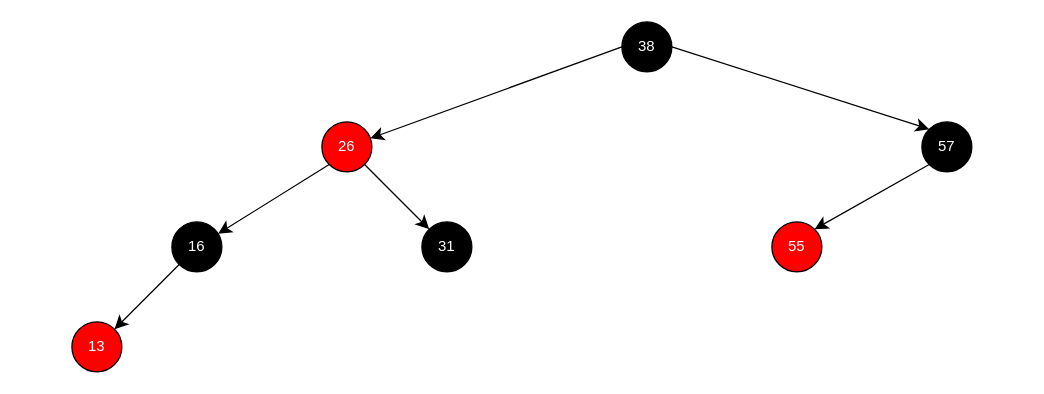
Above: red_black_tree.drawio in semihhdemirel/semihhdemirel (draw.io), before the change. Source tidied: cells renumbered, new cells numbered last; positions are measured from the earlier drawing's top-left corner, leaving out a move shared by most shapes. Both pictures are drawn from the tidied source at 125%, with x=0, y=0 at pixel (71, 21).
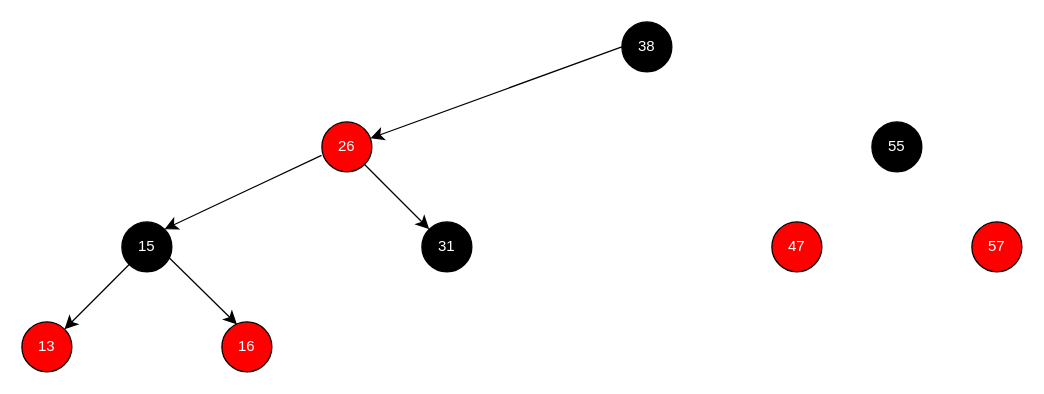
Above is the later version.

Diff of the diagram source:
```diff
@@
 <mxGraphModel>
   <root>
     <mxCell id="0" />
     <mxCell id="1" parent="0" />
     <mxCell id="2" value="38" style="ellipse;whiteSpace=wrap;html=1;fillColor=#000000;fontColor=#FFFFFF;" parent="1" vertex="1">
       <mxGeometry x="440" width="40" height="40" as="geometry" />
     </mxCell>
     <mxCell id="3" value="26" style="ellipse;whiteSpace=wrap;html=1;fillColor=#FF0000;fontColor=#FFFFFF;" parent="1" vertex="1">
       <mxGeometry x="200" y="80" width="40" height="40" as="geometry" />
     </mxCell>
-    <mxCell id="4" value="57" style="ellipse;whiteSpace=wrap;html=1;fillColor=#000000;fontColor=#FFFFFF;" parent="1" vertex="1">
-      <mxGeometry x="680" y="80" width="40" height="40" as="geometry" />
+    <mxCell id="4" value="57" style="ellipse;whiteSpace=wrap;html=1;fillColor=#FF0000;fontColor=#FFFFFF;" parent="1" vertex="1">
+      <mxGeometry x="720" y="160" width="40" height="40" as="geometry" />
     </mxCell>
     <mxCell id="5" value="31" style="ellipse;whiteSpace=wrap;html=1;fillColor=#000000;fontColor=#FFFFFF;" parent="1" vertex="1">
       <mxGeometry x="280" y="160" width="40" height="40" as="geometry" />
     </mxCell>
     <mxCell id="6" style="endArrow=classic;html=1;rounded=0;fontSize=12;startSize=8;endSize=8;curved=1;exitX=0;exitY=0.5;exitDx=0;exitDy=0;" parent="1" edge="1" source="2" target="3">
       <mxGeometry relative="1" as="geometry" />
     </mxCell>
-    <mxCell id="7" style="endArrow=classic;html=1;rounded=0;fontSize=12;startSize=8;endSize=8;curved=1;exitX=1;exitY=0.5;exitDx=0;exitDy=0;entryX=0;entryY=0;entryDx=0;entryDy=0;" parent="1" edge="1" source="2" target="4">
-      <mxGeometry relative="1" as="geometry" />
-    </mxCell>
     <mxCell id="8" style="endArrow=classic;html=1;rounded=0;fontSize=12;startSize=8;endSize=8;curved=1;exitX=1;exitY=1;exitDx=0;exitDy=0;entryX=0;entryY=0;entryDx=0;entryDy=0;" parent="1" edge="1" source="3" target="5">
       <mxGeometry relative="1" as="geometry" />
     </mxCell>
-    <mxCell id="9" value="16" style="ellipse;whiteSpace=wrap;html=1;fillColor=#000000;fontColor=#FFFFFF;" parent="1" vertex="1">
-      <mxGeometry x="80" y="160" width="40" height="40" as="geometry" />
+    <mxCell id="9" value="16" style="ellipse;whiteSpace=wrap;html=1;fillColor=#FF0000;fontColor=#FFFFFF;" parent="1" vertex="1">
+      <mxGeometry x="120" y="240" width="40" height="40" as="geometry" />
     </mxCell>
-    <mxCell id="10" style="endArrow=classic;html=1;rounded=0;fontSize=12;startSize=8;endSize=8;curved=1;exitX=0;exitY=1;exitDx=0;exitDy=0;" parent="1" edge="1" source="3" target="9">
-      <mxGeometry relative="1" as="geometry" />
-    </mxCell>
     <mxCell id="11" value="13" style="ellipse;whiteSpace=wrap;html=1;fillColor=#FF0000;fontColor=#FFFFFF;" parent="1" vertex="1">
-      <mxGeometry y="240" width="40" height="40" as="geometry" />
+      <mxGeometry x="-40" y="240" width="40" height="40" as="geometry" />
     </mxCell>
-    <mxCell id="12" style="endArrow=classic;html=1;rounded=0;fontSize=12;startSize=8;endSize=8;curved=1;exitX=0;exitY=1;exitDx=0;exitDy=0;" parent="1" edge="1" source="9" target="11">
-      <mxGeometry relative="1" as="geometry" />
-    </mxCell>
-    <mxCell id="13" value="55" style="ellipse;whiteSpace=wrap;html=1;fillColor=#FF0000;fontColor=#FFFFFF;" parent="1" vertex="1">
-      <mxGeometry x="560" y="160" width="40" height="40" as="geometry" />
+    <mxCell id="13" value="55" style="ellipse;whiteSpace=wrap;html=1;fillColor=#000000;fontColor=#FFFFFF;" parent="1" vertex="1">
+      <mxGeometry x="640" y="80" width="40" height="40" as="geometry" />
     </mxCell>
-    <mxCell id="14" style="endArrow=classic;html=1;rounded=0;fontSize=12;startSize=8;endSize=8;curved=1;exitX=0;exitY=1;exitDx=0;exitDy=0;entryX=1;entryY=0;entryDx=0;entryDy=0;" parent="1" edge="1" source="4" target="13">
-      <mxGeometry relative="1" as="geometry" />
-    </mxCell>
+    <mxCell id="15" value="15" style="ellipse;whiteSpace=wrap;html=1;fillColor=#000000;fontColor=#FFFFFF;" parent="1" vertex="1">
+      <mxGeometry x="40" y="160" width="40" height="40" as="geometry" />
+    </mxCell>
+    <mxCell id="16" style="endArrow=classic;html=1;rounded=0;fontSize=12;startSize=8;endSize=8;curved=1;entryX=1;entryY=0;entryDx=0;entryDy=0;exitX=-0.007;exitY=0.669;exitDx=0;exitDy=0;exitPerimeter=0;" parent="1" edge="1" source="3" target="15">
+      <mxGeometry relative="1" as="geometry" />
+    </mxCell>
+    <mxCell id="17" style="endArrow=classic;html=1;rounded=0;fontSize=12;startSize=8;endSize=8;curved=1;exitX=0.925;exitY=0.698;exitDx=0;exitDy=0;exitPerimeter=0;entryX=0.302;entryY=0.051;entryDx=0;entryDy=0;entryPerimeter=0;" parent="1" edge="1" source="15" target="9">
+      <mxGeometry relative="1" as="geometry" />
+    </mxCell>
+    <mxCell id="18" style="endArrow=classic;html=1;rounded=0;fontSize=12;startSize=8;endSize=8;curved=1;entryX=1;entryY=0;entryDx=0;entryDy=0;" parent="1" edge="1" source="15" target="11">
+      <mxGeometry relative="1" as="geometry" />
+    </mxCell>
+    <mxCell id="19" value="47" style="ellipse;whiteSpace=wrap;html=1;fillColor=#FF0000;fontColor=#FFFFFF;" parent="1" vertex="1">
+      <mxGeometry x="560" y="160" width="40" height="40" as="geometry" />
+    </mxCell>
   </root>
 </mxGraphModel>
```
